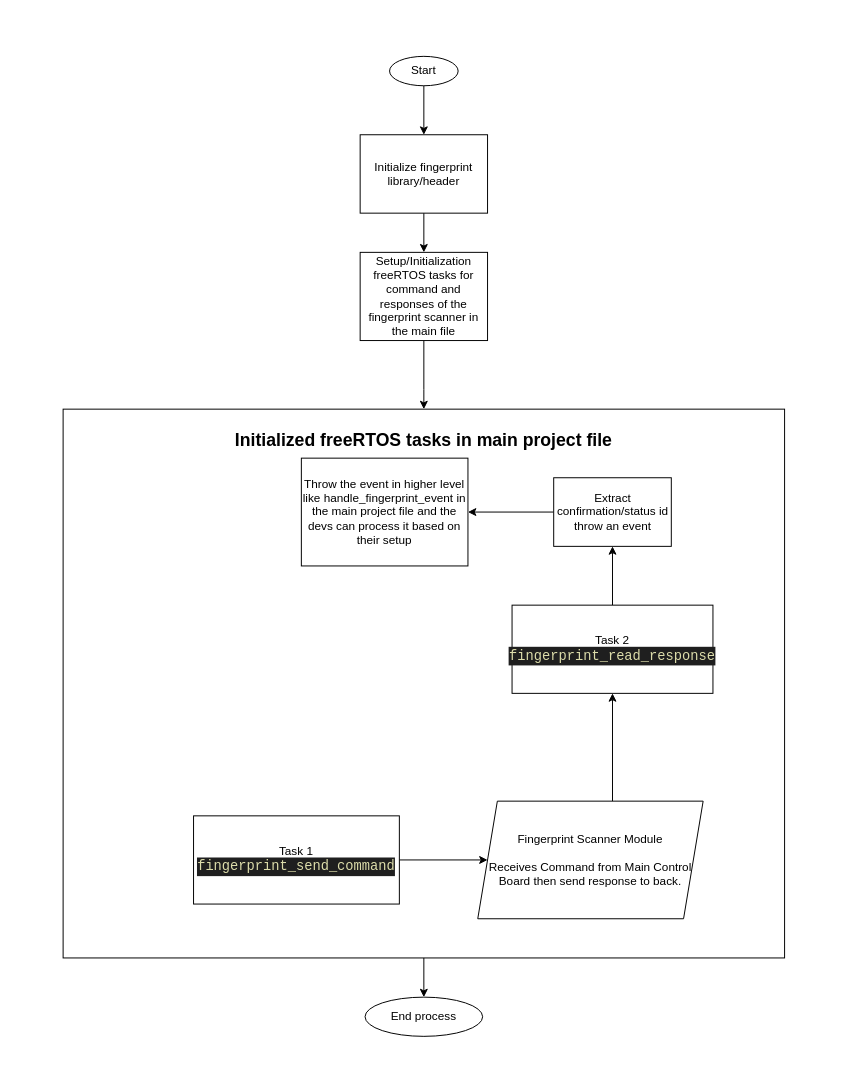
Before: fingerpint.drawio in alvinjaymaique/fingerprint_scanner, a draw.io diagram. Source tidied: cells renumbered, new cells numbered last; positions are measured from the earlier drawing's top-left corner, leaving out a move shared by most shapes. Both pictures are drawn from the tidied source at 98%, with x=0, y=0 at pixel (63, 56).
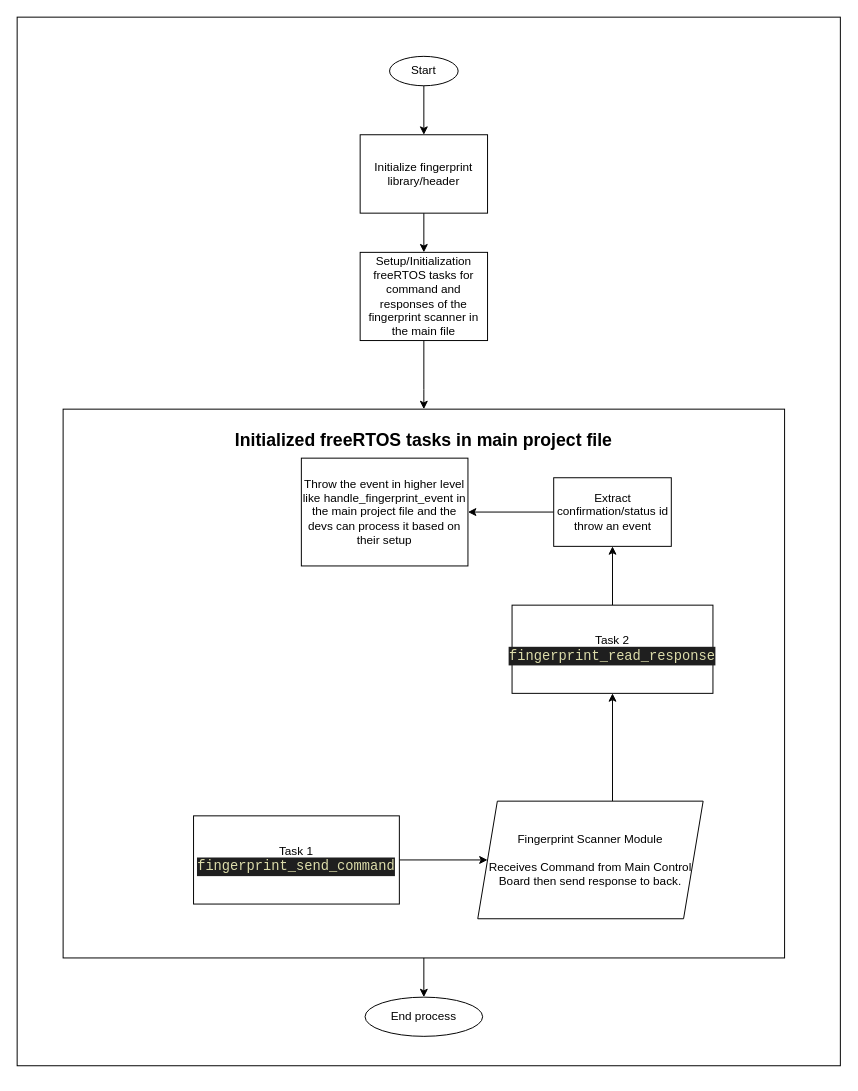
Above is the later version.

Diff of the diagram source:
```diff
@@
+    <mxCell id="20" style="rounded=0;whiteSpace=wrap;html=1;fillColor=none;" parent="1" vertex="1">
+      <mxGeometry x="-47" y="-40" width="840" height="1070" as="geometry" />
+    </mxCell>
+    <mxCell id="21" style="edgeStyle=orthogonalEdgeStyle;rounded=0;orthogonalLoop=1;jettySize=auto;html=1;exitX=0.5;exitY=1;exitDx=0;exitDy=0;" parent="1" edge="1" source="20" target="20">
+      <mxGeometry relative="1" as="geometry" />
+    </mxCell>
```
